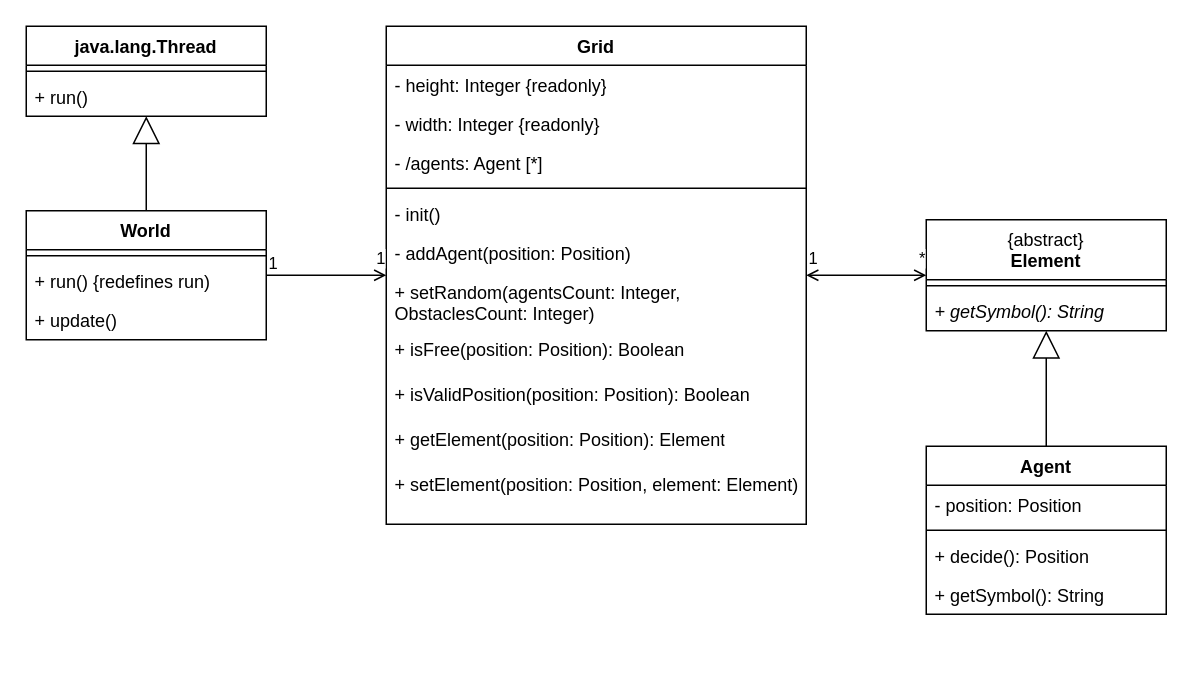
This is Diagrams/Class Diagram.drawio from highestPACE/mini-agent-simulation, a draw.io file, before an edit. Source tidied: cells renumbered, new cells numbered last; positions are measured from the earlier drawing's top-left corner, leaving out a move shared by most shapes. Both pictures are drawn from the tidied source at 150%, with x=0, y=0 at pixel (26, 26).
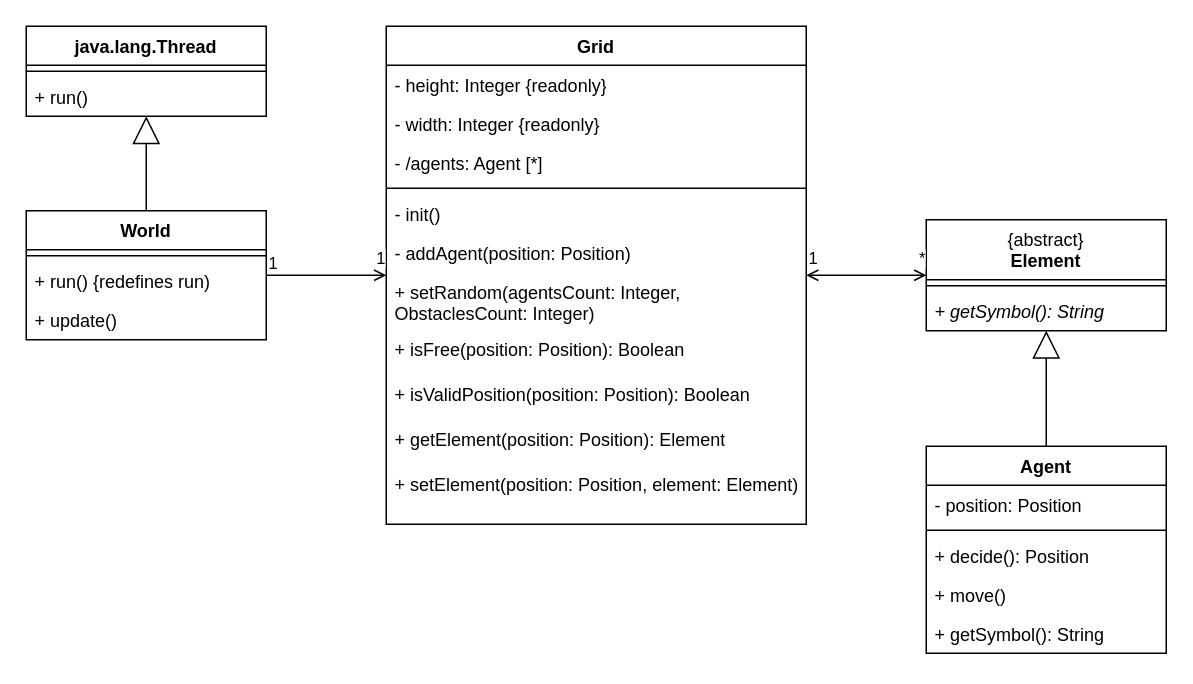
Above is the later version.

The edit, as a diff of the source:
```diff
@@
     <mxCell id="18" value="Agent" style="swimlane;fontStyle=1;align=center;verticalAlign=top;horizontal=1;startSize=26;whiteSpace=wrap;html=1;" parent="1" vertex="1">
-      <mxGeometry x="600" y="280" width="160" height="112" as="geometry" />
+      <mxGeometry x="600" y="280" width="160" height="138" as="geometry" />
     </mxCell>
@@
+    <mxCell id="37" value="+ move()" style="text;strokeColor=none;fillColor=none;align=left;verticalAlign=top;spacingLeft=4;spacingRight=4;overflow=hidden;whiteSpace=wrap;html=1;" parent="18" vertex="1">
+      <mxGeometry y="86" width="160" height="26" as="geometry" />
+    </mxCell>
     <mxCell id="22" value="+ getSymbol(): String" style="text;strokeColor=none;fillColor=none;align=left;verticalAlign=top;spacingLeft=4;spacingRight=4;overflow=hidden;whiteSpace=wrap;html=1;" parent="18" vertex="1">
-      <mxGeometry y="86" width="160" height="26" as="geometry" />
+      <mxGeometry y="112" width="160" height="26" as="geometry" />
     </mxCell>
```
